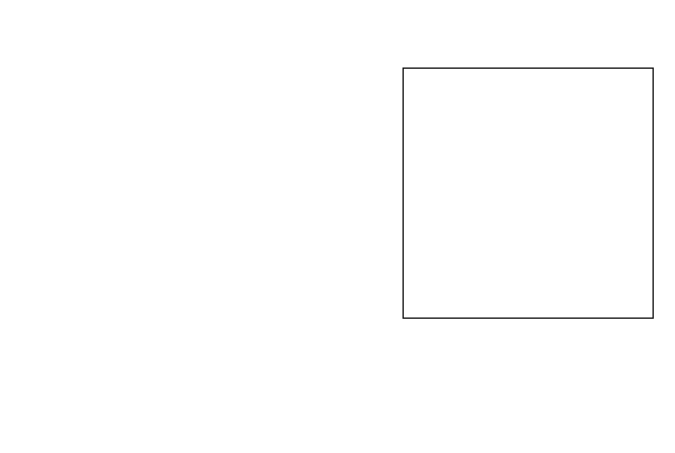
Before: Data Hub.drawio in uyennt01/Project1, a draw.io diagram. Source tidied: cells renumbered, new cells numbered last; positions are measured from the earlier drawing's top-left corner, leaving out a move shared by most shapes. Both pictures are drawn from the tidied source at 125%, with x=0, y=0 at pixel (402, 68).
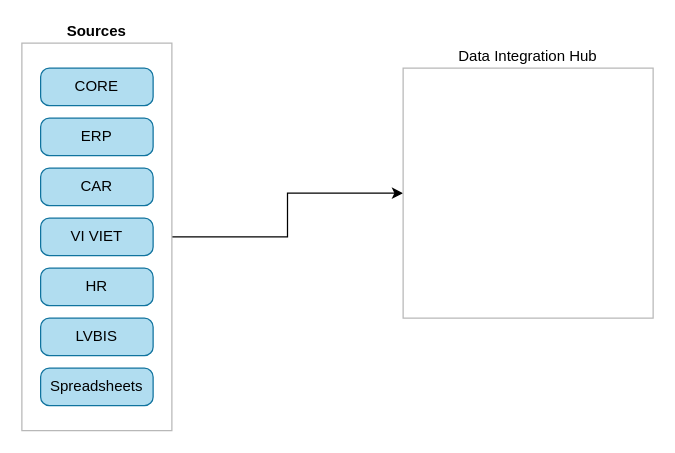
The same diagram, later.

What changed in the source:
```diff
@@
 <mxGraphModel>
   <root>
     <mxCell id="0" />
     <mxCell id="1" parent="0" />
+    <mxCell id="3" style="edgeStyle=orthogonalEdgeStyle;rounded=0;jettySize=auto;html=1;entryX=0;entryY=0.5;entryDx=0;entryDy=0;" parent="1" edge="1" source="4" target="2">
+      <mxGeometry relative="1" as="geometry" />
+    </mxCell>
+    <mxCell id="4" value="Sources" style="rounded=0;whiteSpace=wrap;html=1;strokeColor=#B8B8B8;labelPosition=center;verticalLabelPosition=top;align=center;verticalAlign=bottom;fontStyle=1;" parent="1" vertex="1">
+      <mxGeometry x="-305" y="-20" width="120" height="310" as="geometry" />
+    </mxCell>
-    <mxCell id="2" style="whiteSpace=wrap;html=1;" parent="1" vertex="1">
+    <mxCell id="2" value="Data Integration Hub" style="whiteSpace=wrap;html=1;strokeColor=#B8B8B8;labelPosition=center;verticalLabelPosition=top;align=center;verticalAlign=bottom;" parent="1" vertex="1">
       <mxGeometry width="200" height="200" as="geometry" />
     </mxCell>
+    <mxCell id="5" value="HR" style="rounded=1;whiteSpace=wrap;html=1;absoluteArcSize=1;arcSize=14;strokeWidth=1;fillColor=#b1ddf0;strokeColor=#10739e;" parent="1" vertex="1">
+      <mxGeometry x="-290" y="160" width="90" height="30" as="geometry" />
+    </mxCell>
+    <mxCell id="6" value="Spreadsheets" style="rounded=1;whiteSpace=wrap;html=1;absoluteArcSize=1;arcSize=14;strokeWidth=1;fillColor=#b1ddf0;strokeColor=#10739e;" parent="1" vertex="1">
+      <mxGeometry x="-290" y="240" width="90" height="30" as="geometry" />
+    </mxCell>
+    <mxCell id="7" value="CORE" style="rounded=1;whiteSpace=wrap;html=1;absoluteArcSize=1;arcSize=14;strokeWidth=1;fillColor=#b1ddf0;strokeColor=#10739e;" parent="1" vertex="1">
+      <mxGeometry x="-290" width="90" height="30" as="geometry" />
+    </mxCell>
+    <mxCell id="8" value="LVBIS" style="rounded=1;whiteSpace=wrap;html=1;absoluteArcSize=1;arcSize=14;strokeWidth=1;fillColor=#b1ddf0;strokeColor=#10739e;" parent="1" vertex="1">
+      <mxGeometry x="-290" y="200" width="90" height="30" as="geometry" />
+    </mxCell>
+    <mxCell id="9" value="CAR" style="rounded=1;whiteSpace=wrap;html=1;absoluteArcSize=1;arcSize=14;strokeWidth=1;fillColor=#b1ddf0;strokeColor=#10739e;" parent="1" vertex="1">
+      <mxGeometry x="-290" y="80" width="90" height="30" as="geometry" />
+    </mxCell>
+    <mxCell id="10" value="ERP" style="rounded=1;whiteSpace=wrap;html=1;absoluteArcSize=1;arcSize=14;strokeWidth=1;fillColor=#b1ddf0;strokeColor=#10739e;" parent="1" vertex="1">
+      <mxGeometry x="-290" y="40" width="90" height="30" as="geometry" />
+    </mxCell>
+    <mxCell id="11" value="VI VIET" style="rounded=1;whiteSpace=wrap;html=1;absoluteArcSize=1;arcSize=14;strokeWidth=1;fillColor=#b1ddf0;strokeColor=#10739e;" parent="1" vertex="1">
+      <mxGeometry x="-290" y="120" width="90" height="30" as="geometry" />
+    </mxCell>
   </root>
 </mxGraphModel>
```
